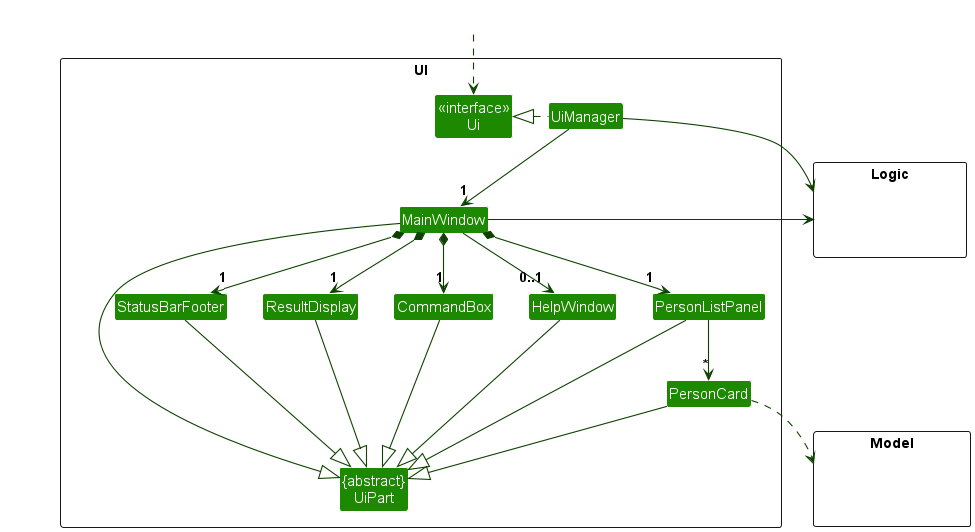
Earlier version of the PlantUML export docs/images/UiClassDiagram.png (nus-cs2103-AY2324S2/tp).
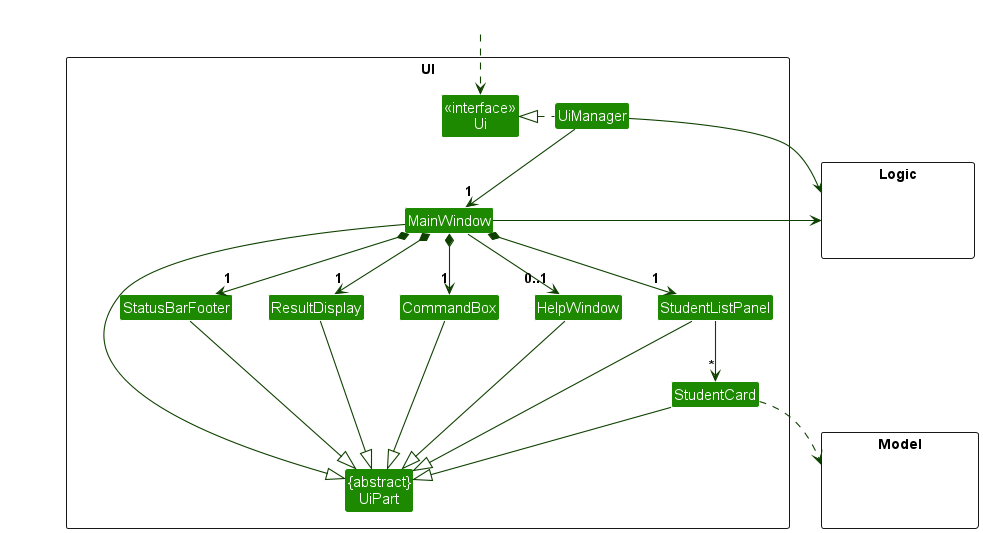
After the change.

What changed in the source:
```diff
@@ -11,8 +11,8 @@
 Class MainWindow
 Class HelpWindow
 Class ResultDisplay
-Class PersonListPanel
-Class PersonCard
+Class StudentListPanel
+Class StudentCard
 Class StatusBarFooter
 Class CommandBox
 }
@@ -32,26 +32,26 @@
 UiManager -down-> "1" MainWindow
 MainWindow *-down->  "1" CommandBox
 MainWindow *-down-> "1" ResultDisplay
-MainWindow *-down-> "1" PersonListPanel
+MainWindow *-down-> "1" StudentListPanel
 MainWindow *-down-> "1" StatusBarFooter
 MainWindow --> "0..1" HelpWindow
 
-PersonListPanel -down-> "*" PersonCard
+StudentListPanel -down-> "*" StudentCard
 
 MainWindow -left-|> UiPart
 
 ResultDisplay --|> UiPart
 CommandBox --|> UiPart
-PersonListPanel --|> UiPart
-PersonCard --|> UiPart
+StudentListPanel --|> UiPart
+StudentCard --|> UiPart
 StatusBarFooter --|> UiPart
 HelpWindow --|> UiPart
 
-PersonCard ..> Model
+StudentCard ..> Model
 UiManager -right-> Logic
 MainWindow -left-> Logic
 
-PersonListPanel -[hidden]left- HelpWindow
+StudentListPanel -[hidden]left- HelpWindow
 HelpWindow -[hidden]left- CommandBox
 CommandBox -[hidden]left- ResultDisplay
 ResultDisplay -[hidden]left- StatusBarFooter
```
